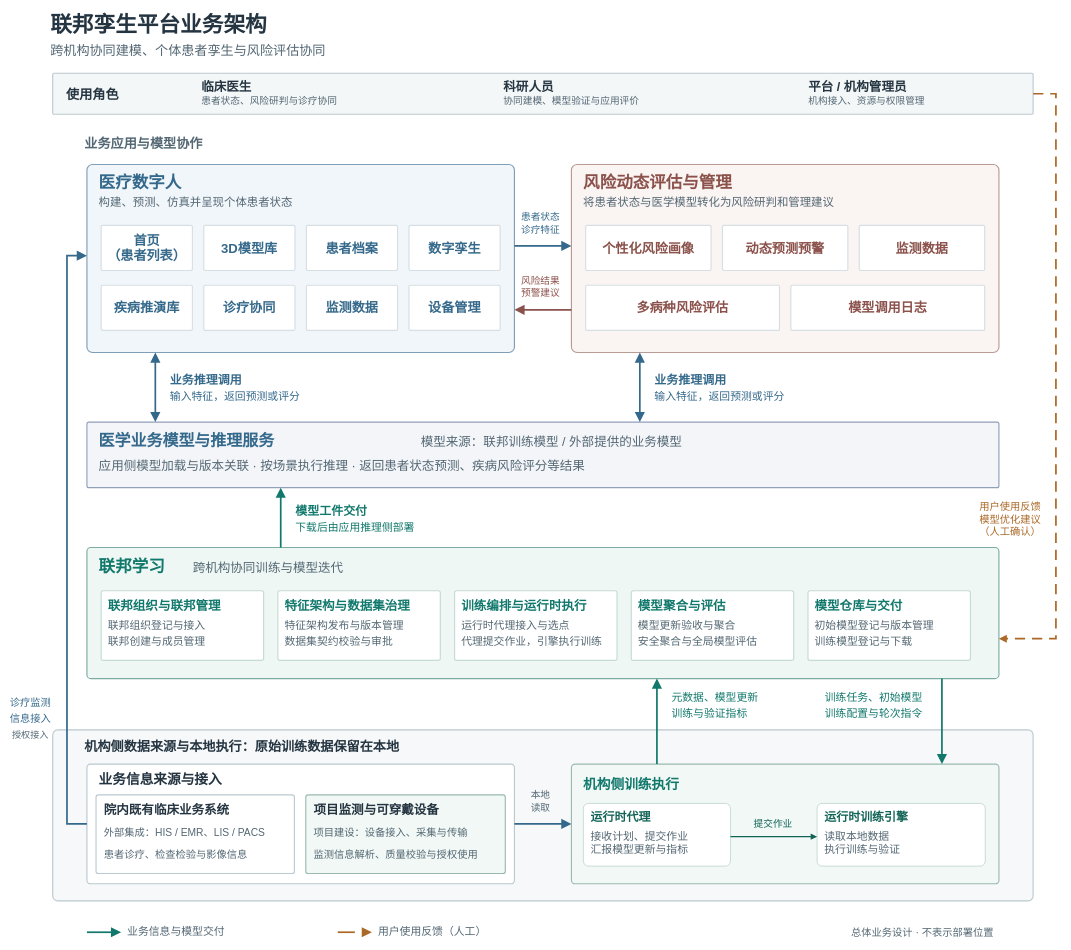
medol-labs/federation-learning keeps this draw.io diagram as docs/438c/merge/figures/federated-twin-business-architecture.drawio. Above is the earlier version. Source tidied: cells renumbered, new cells numbered last; positions are measured from the earlier drawing's top-left corner, leaving out a move shared by most shapes. Both pictures are drawn from the tidied source at 57%, with x=0, y=0 at pixel (50, 10).
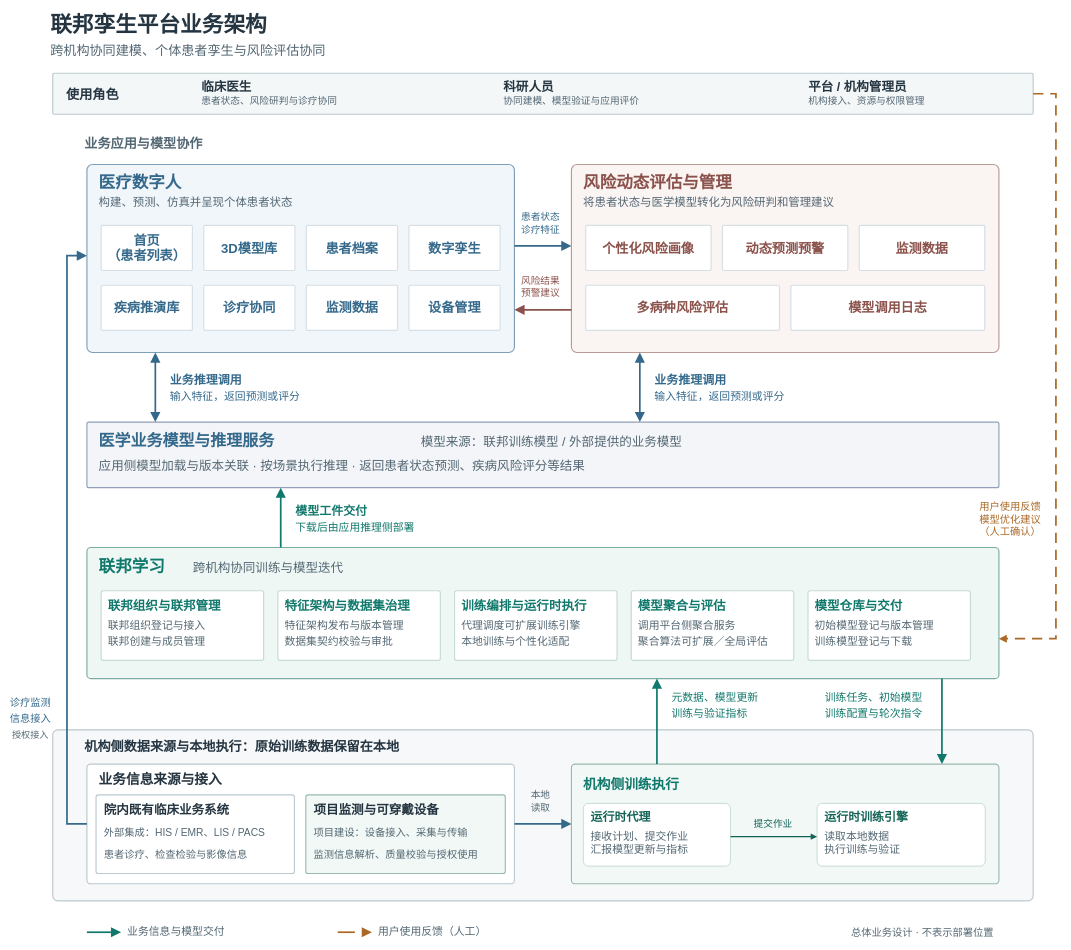
The same page after the edit.

Commit message (it also covers changes not shown here):
Update federated learning requirements and architecture diagrams

The change refers to these unchanged cells:
```xml
<mxCell id="40" style="rounded=1;arcSize=3;whiteSpace=wrap;html=0;fillColor=#ffffff;strokeColor=#C6DBD5;strokeWidth=2;fontFamily=PingFang SC;fontColor=#243440;" parent="29" vertex="1">
  <mxGeometry x="645" y="76" width="285" height="122" as="geometry" />
</mxCell>
<mxCell id="44" style="rounded=1;arcSize=3;whiteSpace=wrap;html=0;fillColor=#ffffff;strokeColor=#C6DBD5;strokeWidth=2;fontFamily=PingFang SC;fontColor=#243440;" parent="29" vertex="1">
  <mxGeometry x="955" y="76" width="285" height="122" as="geometry" />
</mxCell>
```

Diff of the diagram source:
```diff
@@
-    <mxCell id="42" value="运行时代理接入与选点" style="text;html=0;whiteSpace=wrap;overflow=visible;align=left;verticalAlign=middle;fontFamily=PingFang SC;fontSize=19;fontColor=#536773;fontStyle=0;strokeColor=none;fillColor=none;spacing=0;" parent="40" vertex="1">
+    <mxCell id="42" value="代理调度可扩展训练引擎" style="text;html=0;whiteSpace=wrap;overflow=visible;align=left;verticalAlign=middle;fontFamily=PingFang SC;fontSize=19;fontColor=#536773;fontStyle=0;strokeColor=none;fillColor=none;spacing=0;" parent="40" vertex="1">
       <mxGeometry x="12" y="49.4" width="255" height="25.6" as="geometry" />
     </mxCell>
-    <mxCell id="43" value="代理提交作业，引擎执行训练" style="text;html=0;whiteSpace=wrap;overflow=visible;align=left;verticalAlign=middle;fontFamily=PingFang SC;fontSize=19;fontColor=#536773;fontStyle=0;strokeColor=none;fillColor=none;spacing=0;" parent="40" vertex="1">
+    <mxCell id="43" value="本地训练与个性化适配" style="text;html=0;whiteSpace=wrap;overflow=visible;align=left;verticalAlign=middle;fontFamily=PingFang SC;fontSize=19;fontColor=#536773;fontStyle=0;strokeColor=none;fillColor=none;spacing=0;" parent="40" vertex="1">
       <mxGeometry x="12" y="77.4" width="255" height="25.6" as="geometry" />
     </mxCell>
@@
-    <mxCell id="46" value="模型更新验收与聚合" style="text;html=0;whiteSpace=wrap;overflow=visible;align=left;verticalAlign=middle;fontFamily=PingFang SC;fontSize=19;fontColor=#536773;fontStyle=0;strokeColor=none;fillColor=none;spacing=0;" parent="44" vertex="1">
+    <mxCell id="46" value="调用平台侧聚合服务" style="text;html=0;whiteSpace=wrap;overflow=visible;align=left;verticalAlign=middle;fontFamily=PingFang SC;fontSize=19;fontColor=#536773;fontStyle=0;strokeColor=none;fillColor=none;spacing=0;" parent="44" vertex="1">
       <mxGeometry x="12" y="49.4" width="255" height="25.6" as="geometry" />
     </mxCell>
-    <mxCell id="47" value="安全聚合与全局模型评估" style="text;html=0;whiteSpace=wrap;overflow=visible;align=left;verticalAlign=middle;fontFamily=PingFang SC;fontSize=19;fontColor=#536773;fontStyle=0;strokeColor=none;fillColor=none;spacing=0;" parent="44" vertex="1">
+    <mxCell id="47" value="聚合算法可扩展／全局评估" style="text;html=0;whiteSpace=wrap;overflow=visible;align=left;verticalAlign=middle;fontFamily=PingFang SC;fontSize=19;fontColor=#536773;fontStyle=0;strokeColor=none;fillColor=none;spacing=0;" parent="44" vertex="1">
       <mxGeometry x="12" y="77.4" width="255" height="25.6" as="geometry" />
     </mxCell>
```
